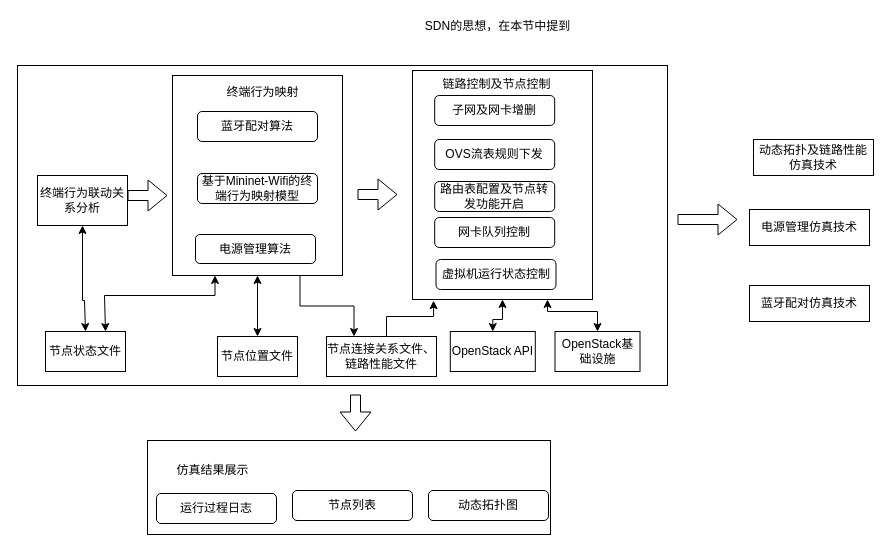
Icarus1994/neutron_conf keeps this draw.io diagram as page "动态拓扑仿真体系架构" (11 of 12) of 网络控制技术_流程图.drawio. Above is the earlier version. Source tidied: cells renumbered, new cells numbered last; positions are measured from the earlier drawing's top-left corner, leaving out a move shared by most shapes. Both pictures are drawn from the tidied source at 100%, with x=0, y=0 at pixel (17, 17).
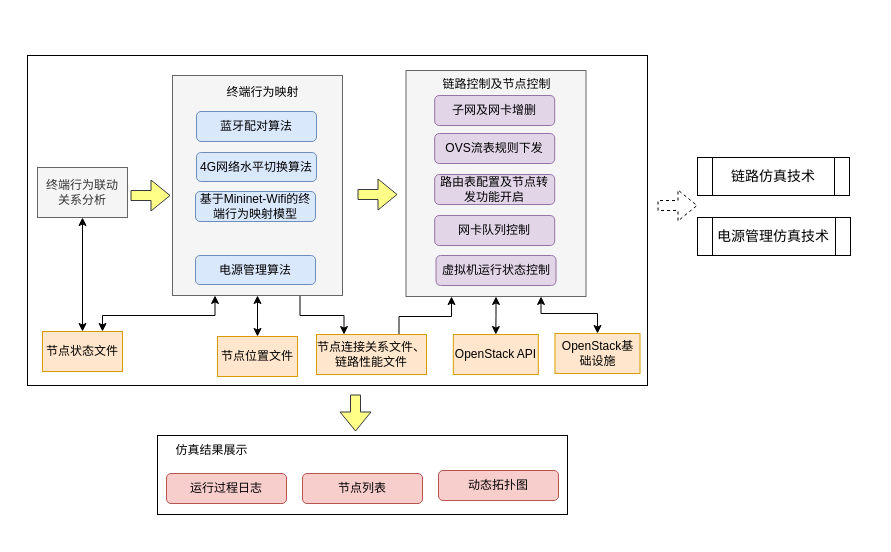
Above is the later version.

What changed in the source:
```diff
@@
+    <mxCell id="3" style="rounded=0;whiteSpace=wrap;html=1;" parent="1" vertex="1">
+      <mxGeometry x="10" y="38" width="620" height="330" as="geometry" />
+    </mxCell>
     <mxCell id="2" style="whiteSpace=wrap;html=1;" parent="1" vertex="1">
-      <mxGeometry x="130" y="423" width="403" height="94" as="geometry" />
+      <mxGeometry x="140" y="418" width="410" height="79" as="geometry" />
     </mxCell>
-    <mxCell id="3" style="rounded=0;whiteSpace=wrap;html=1;" parent="1" vertex="1">
-      <mxGeometry y="48" width="650" height="320" as="geometry" />
-    </mxCell>
-    <mxCell id="4" style="whiteSpace=wrap;html=1;" parent="1" vertex="1">
-      <mxGeometry x="395" y="53" width="180" height="229" as="geometry" />
+    <mxCell id="4" style="whiteSpace=wrap;html=1;fillColor=#f5f5f5;strokeColor=#666666;fontColor=#333333;" parent="1" vertex="1">
+      <mxGeometry x="388.5" y="53" width="180" height="226" as="geometry" />
     </mxCell>
@@
-    <mxCell id="6" style="whiteSpace=wrap;html=1;" parent="1" vertex="1">
-      <mxGeometry x="155" y="58" width="170" height="200" as="geometry" />
+    <mxCell id="6" style="whiteSpace=wrap;html=1;fillColor=#f5f5f5;strokeColor=#666666;fontColor=#333333;" parent="1" vertex="1">
+      <mxGeometry x="155" y="58" width="170" height="220" as="geometry" />
     </mxCell>
     <mxCell id="7" style="edgeStyle=orthogonalEdgeStyle;rounded=0;jettySize=auto;html=1;entryX=0.75;entryY=0;entryDx=0;entryDy=0;startArrow=classic;startFill=1;exitX=0.25;exitY=1;exitDx=0;exitDy=0;" parent="1" edge="1" source="6" target="15">
       <mxGeometry relative="1" as="geometry">
         <Array as="points">
-          <mxPoint x="198" y="278" />
-          <mxPoint x="87" y="278" />
+          <mxPoint x="198" y="298" />
+          <mxPoint x="85" y="298" />
         </Array>
       </mxGeometry>
     </mxCell>
@@
-    <mxCell id="9" style="shape=flexArrow;endArrow=classic;html=1;" parent="1" edge="1">
+    <mxCell id="9" style="shape=flexArrow;endArrow=classic;html=1;fillColor=#ffff88;strokeColor=#36393d;" parent="1" edge="1">
       <mxGeometry relative="1" as="geometry">
         <mxPoint x="340" y="177" as="sourcePoint" />
         <mxPoint x="380" y="177" as="targetPoint" />
       </mxGeometry>
     </mxCell>
@@
     <mxCell id="12" style="edgeStyle=orthogonalEdgeStyle;rounded=0;jettySize=auto;html=1;exitX=0.5;exitY=1;exitDx=0;exitDy=0;entryX=0.5;entryY=0;entryDx=0;entryDy=0;startArrow=classic;startFill=1;" parent="1" edge="1" source="13" target="15">
-      <mxGeometry relative="1" as="geometry">
-        <Array as="points">
-          <mxPoint x="65" y="283" />
-          <mxPoint x="67" y="283" />
-        </Array>
-      </mxGeometry>
+      <mxGeometry relative="1" as="geometry" />
     </mxCell>
-    <mxCell id="13" value="终端行为联动关系分析" style="whiteSpace=wrap;html=1;" parent="1" vertex="1">
-      <mxGeometry x="20" y="158" width="90" height="50" as="geometry" />
+    <mxCell id="13" value="终端行为联动&lt;br&gt;关系分析" style="whiteSpace=wrap;html=1;fillColor=#f5f5f5;strokeColor=#666666;fontColor=#333333;" parent="1" vertex="1">
+      <mxGeometry x="20" y="150" width="90" height="50" as="geometry" />
     </mxCell>
     <mxCell id="14" value="仿真结果展示" style="text;html=1;align=center;verticalAlign=middle;" parent="1" vertex="1">
-      <mxGeometry x="150" y="443" width="90" height="20" as="geometry" />
+      <mxGeometry x="149" y="423" width="90" height="20" as="geometry" />
     </mxCell>
-    <mxCell id="15" value="节点状态文件" style="whiteSpace=wrap;html=1;" parent="1" vertex="1">
-      <mxGeometry x="28" y="314" width="80" height="40" as="geometry" />
+    <mxCell id="15" value="节点状态文件" style="whiteSpace=wrap;html=1;fillColor=#ffe6cc;strokeColor=#d79b00;" parent="1" vertex="1">
+      <mxGeometry x="25" y="314" width="80" height="40" as="geometry" />
     </mxCell>
-    <mxCell id="16" value="OpenStack API" style="whiteSpace=wrap;html=1;" parent="1" vertex="1">
-      <mxGeometry x="432.8" y="314" width="85" height="40" as="geometry" />
+    <mxCell id="16" value="OpenStack API" style="whiteSpace=wrap;html=1;fillColor=#ffe6cc;strokeColor=#d79b00;" parent="1" vertex="1">
+      <mxGeometry x="435.8" y="317" width="85" height="40" as="geometry" />
     </mxCell>
-    <mxCell id="17" style="shape=flexArrow;endArrow=classic;html=1;" parent="1" edge="1">
+    <mxCell id="17" style="shape=flexArrow;endArrow=classic;html=1;fillColor=#ffff88;strokeColor=#36393d;" parent="1" edge="1">
       <mxGeometry relative="1" as="geometry">
-        <mxPoint x="110" y="178" as="sourcePoint" />
-        <mxPoint x="150" y="178" as="targetPoint" />
+        <mxPoint x="113" y="178" as="sourcePoint" />
+        <mxPoint x="153" y="178" as="targetPoint" />
       </mxGeometry>
     </mxCell>
@@
-    <mxCell id="19" value="OpenStack基础设施" style="whiteSpace=wrap;html=1;" parent="1" vertex="1">
-      <mxGeometry x="537.5" y="314" width="85" height="40" as="geometry" />
+    <mxCell id="19" value="OpenStack基础设施" style="whiteSpace=wrap;html=1;fillColor=#ffe6cc;strokeColor=#d79b00;" parent="1" vertex="1">
+      <mxGeometry x="537.5" y="316" width="85" height="40" as="geometry" />
     </mxCell>
-    <mxCell id="20" value="蓝牙配对算法" style="rounded=1;whiteSpace=wrap;html=1;" parent="1" vertex="1">
-      <mxGeometry x="180" y="94" width="120" height="30" as="geometry" />
+    <mxCell id="20" value="蓝牙配对算法" style="rounded=1;whiteSpace=wrap;html=1;fillColor=#dae8fc;strokeColor=#6c8ebf;" parent="1" vertex="1">
+      <mxGeometry x="179" y="94" width="120" height="30" as="geometry" />
     </mxCell>
-    <mxCell id="21" value="基于Mininet-Wifi的终端行为映射模型" style="rounded=1;whiteSpace=wrap;html=1;" parent="1" vertex="1">
-      <mxGeometry x="180" y="156" width="120" height="30" as="geometry" />
+    <mxCell id="21" value="基于Mininet-Wifi的终端行为映射模型" style="rounded=1;whiteSpace=wrap;html=1;fillColor=#dae8fc;strokeColor=#6c8ebf;" parent="1" vertex="1">
+      <mxGeometry x="178" y="174" width="120" height="30" as="geometry" />
     </mxCell>
-    <mxCell id="22" value="子网及网卡增删" style="rounded=1;whiteSpace=wrap;html=1;" parent="1" vertex="1">
+    <mxCell id="22" value="子网及网卡增删" style="rounded=1;whiteSpace=wrap;html=1;fillColor=#e1d5e7;strokeColor=#9673a6;" parent="1" vertex="1">
       <mxGeometry x="417.2" y="78" width="120" height="30" as="geometry" />
     </mxCell>
-    <mxCell id="23" value="OVS流表规则下发" style="rounded=1;whiteSpace=wrap;html=1;" parent="1" vertex="1">
-      <mxGeometry x="417.2" y="122" width="120" height="30" as="geometry" />
+    <mxCell id="23" value="OVS流表规则下发" style="rounded=1;whiteSpace=wrap;html=1;fillColor=#e1d5e7;strokeColor=#9673a6;" parent="1" vertex="1">
+      <mxGeometry x="417.2" y="116" width="120" height="30" as="geometry" />
     </mxCell>
-    <mxCell id="24" value="路由表配置及节点转发功能开启" style="rounded=1;whiteSpace=wrap;html=1;" parent="1" vertex="1">
-      <mxGeometry x="417.2" y="164" width="120" height="30" as="geometry" />
+    <mxCell id="24" value="路由表配置及节点转发功能开启" style="rounded=1;whiteSpace=wrap;html=1;fillColor=#e1d5e7;strokeColor=#9673a6;" parent="1" vertex="1">
+      <mxGeometry x="417.2" y="157" width="120" height="30" as="geometry" />
     </mxCell>
-    <mxCell id="25" value="运行过程日志" style="rounded=1;whiteSpace=wrap;html=1;" parent="1" vertex="1">
-      <mxGeometry x="139" y="476" width="120" height="30" as="geometry" />
+    <mxCell id="25" value="运行过程日志" style="rounded=1;whiteSpace=wrap;html=1;fillColor=#f8cecc;strokeColor=#b85450;" parent="1" vertex="1">
+      <mxGeometry x="149" y="456" width="120" height="30" as="geometry" />
     </mxCell>
-    <mxCell id="26" value="节点列表" style="rounded=1;whiteSpace=wrap;html=1;" parent="1" vertex="1">
-      <mxGeometry x="275" y="473" width="120" height="30" as="geometry" />
+    <mxCell id="26" value="节点列表" style="rounded=1;whiteSpace=wrap;html=1;fillColor=#f8cecc;strokeColor=#b85450;" parent="1" vertex="1">
+      <mxGeometry x="285" y="456" width="120" height="30" as="geometry" />
     </mxCell>
-    <mxCell id="27" value="动态拓扑图" style="rounded=1;whiteSpace=wrap;html=1;" parent="1" vertex="1">
-      <mxGeometry x="411" y="473" width="120" height="30" as="geometry" />
+    <mxCell id="27" value="动态拓扑图" style="rounded=1;whiteSpace=wrap;html=1;fillColor=#f8cecc;strokeColor=#b85450;" parent="1" vertex="1">
+      <mxGeometry x="421" y="453" width="120" height="30" as="geometry" />
     </mxCell>
-    <mxCell id="28" style="shape=flexArrow;endArrow=classic;html=1;" parent="1" edge="1">
+    <mxCell id="28" style="shape=flexArrow;endArrow=classic;html=1;dashed=1;" parent="1" edge="1">
       <mxGeometry relative="1" as="geometry">
-        <mxPoint x="660" y="202" as="sourcePoint" />
-        <mxPoint x="720" y="202" as="targetPoint" />
+        <mxPoint x="640" y="188" as="sourcePoint" />
+        <mxPoint x="680" y="188" as="targetPoint" />
       </mxGeometry>
     </mxCell>
-    <mxCell id="29" value="网卡队列控制" style="rounded=1;whiteSpace=wrap;html=1;" parent="1" vertex="1">
-      <mxGeometry x="417.2" y="200" width="120" height="30" as="geometry" />
+    <mxCell id="29" value="网卡队列控制" style="rounded=1;whiteSpace=wrap;html=1;fillColor=#e1d5e7;strokeColor=#9673a6;" parent="1" vertex="1">
+      <mxGeometry x="417.2" y="198" width="120" height="30" as="geometry" />
     </mxCell>
-    <mxCell id="30" value="电源管理算法" style="rounded=1;whiteSpace=wrap;html=1;" parent="1" vertex="1">
-      <mxGeometry x="178" y="217" width="120" height="29" as="geometry" />
+    <mxCell id="30" value="电源管理算法" style="rounded=1;whiteSpace=wrap;html=1;fillColor=#dae8fc;strokeColor=#6c8ebf;" parent="1" vertex="1">
+      <mxGeometry x="178" y="238" width="120" height="29" as="geometry" />
     </mxCell>
@@
-    <mxCell id="32" value="节点位置文件" style="whiteSpace=wrap;html=1;" parent="1" vertex="1">
+    <mxCell id="32" value="节点位置文件" style="whiteSpace=wrap;html=1;fillColor=#ffe6cc;strokeColor=#d79b00;" parent="1" vertex="1">
       <mxGeometry x="200" y="319" width="80" height="40" as="geometry" />
     </mxCell>
-    <mxCell id="33" style="edgeStyle=orthogonalEdgeStyle;rounded=0;jettySize=auto;html=1;exitX=0.75;exitY=0;exitDx=0;exitDy=0;entryX=0.117;entryY=1.005;entryDx=0;entryDy=0;entryPerimeter=0;startArrow=none;startFill=0;" parent="1" edge="1" source="34" target="4">
+    <mxCell id="33" style="edgeStyle=orthogonalEdgeStyle;rounded=0;jettySize=auto;html=1;exitX=0.75;exitY=0;exitDx=0;exitDy=0;startArrow=none;startFill=0;" parent="1" edge="1" source="34">
       <mxGeometry relative="1" as="geometry">
+        <mxPoint x="434" y="279" as="targetPoint" />
         <Array as="points">
-          <mxPoint x="369" y="299" />
-          <mxPoint x="416" y="299" />
+          <mxPoint x="382" y="299" />
+          <mxPoint x="434" y="299" />
         </Array>
       </mxGeometry>
     </mxCell>
-    <mxCell id="34" value="节点连接关系文件、链路性能文件" style="whiteSpace=wrap;html=1;" parent="1" vertex="1">
-      <mxGeometry x="309" y="319" width="110" height="40" as="geometry" />
+    <mxCell id="34" value="节点连接关系文件、链路性能文件" style="whiteSpace=wrap;html=1;fillColor=#ffe6cc;strokeColor=#d79b00;" parent="1" vertex="1">
+      <mxGeometry x="299" y="317" width="110" height="40" as="geometry" />
     </mxCell>
-    <mxCell id="35" value="虚拟机运行状态控制" style="rounded=1;whiteSpace=wrap;html=1;" parent="1" vertex="1">
-      <mxGeometry x="418.5" y="242" width="120" height="30" as="geometry" />
+    <mxCell id="35" value="虚拟机运行状态控制" style="rounded=1;whiteSpace=wrap;html=1;fillColor=#e1d5e7;strokeColor=#9673a6;" parent="1" vertex="1">
+      <mxGeometry x="418.5" y="238" width="120" height="30" as="geometry" />
     </mxCell>
-    <mxCell id="36" value="蓝牙配对仿真技术" style="whiteSpace=wrap;html=1;" parent="1" vertex="1">
-      <mxGeometry x="732" y="268" width="120" height="36" as="geometry" />
-    </mxCell>
-    <mxCell id="37" value="动态拓扑及链路性能仿真技术" style="whiteSpace=wrap;html=1;" parent="1" vertex="1">
-      <mxGeometry x="736" y="122" width="120" height="36" as="geometry" />
-    </mxCell>
+    <mxCell id="39" style="shape=flexArrow;endArrow=classic;html=1;fillColor=#ffff88;strokeColor=#36393d;" parent="1" edge="1">
+      <mxGeometry relative="1" as="geometry">
+        <mxPoint x="338" y="377" as="sourcePoint" />
+        <mxPoint x="338" y="414" as="targetPoint" />
+      </mxGeometry>
+    </mxCell>
+    <mxCell id="41" value="链路仿真技术" style="shape=process;whiteSpace=wrap;html=1;backgroundOutline=1;fontSize=14;" parent="1" vertex="1">
+      <mxGeometry x="680" y="140" width="152" height="38" as="geometry" />
+    </mxCell>
-    <mxCell id="38" value="电源管理仿真技术" style="whiteSpace=wrap;html=1;" parent="1" vertex="1">
-      <mxGeometry x="732" y="192" width="120" height="36" as="geometry" />
+    <mxCell id="38" value="电源管理仿真技术" style="shape=process;whiteSpace=wrap;html=1;backgroundOutline=1;fontSize=14;" parent="1" vertex="1">
+      <mxGeometry x="680" y="200" width="153" height="38" as="geometry" />
     </mxCell>
-    <mxCell id="39" style="shape=flexArrow;endArrow=classic;html=1;" parent="1" edge="1">
-      <mxGeometry relative="1" as="geometry">
-        <mxPoint x="338" y="377" as="sourcePoint" />
-        <mxPoint x="338" y="414" as="targetPoint" />
-      </mxGeometry>
-    </mxCell>
-    <mxCell id="40" value="SDN的思想，在本节中提到" style="text;html=1;align=center;verticalAlign=middle;" parent="1" vertex="1">
-      <mxGeometry x="402" width="155" height="18" as="geometry" />
-    </mxCell>
+    <mxCell id="42" value="4G网络水平切换算法" style="rounded=1;whiteSpace=wrap;html=1;fillColor=#dae8fc;strokeColor=#6c8ebf;" parent="1" vertex="1">
+      <mxGeometry x="179" y="135" width="120" height="29" as="geometry" />
+    </mxCell>
```
